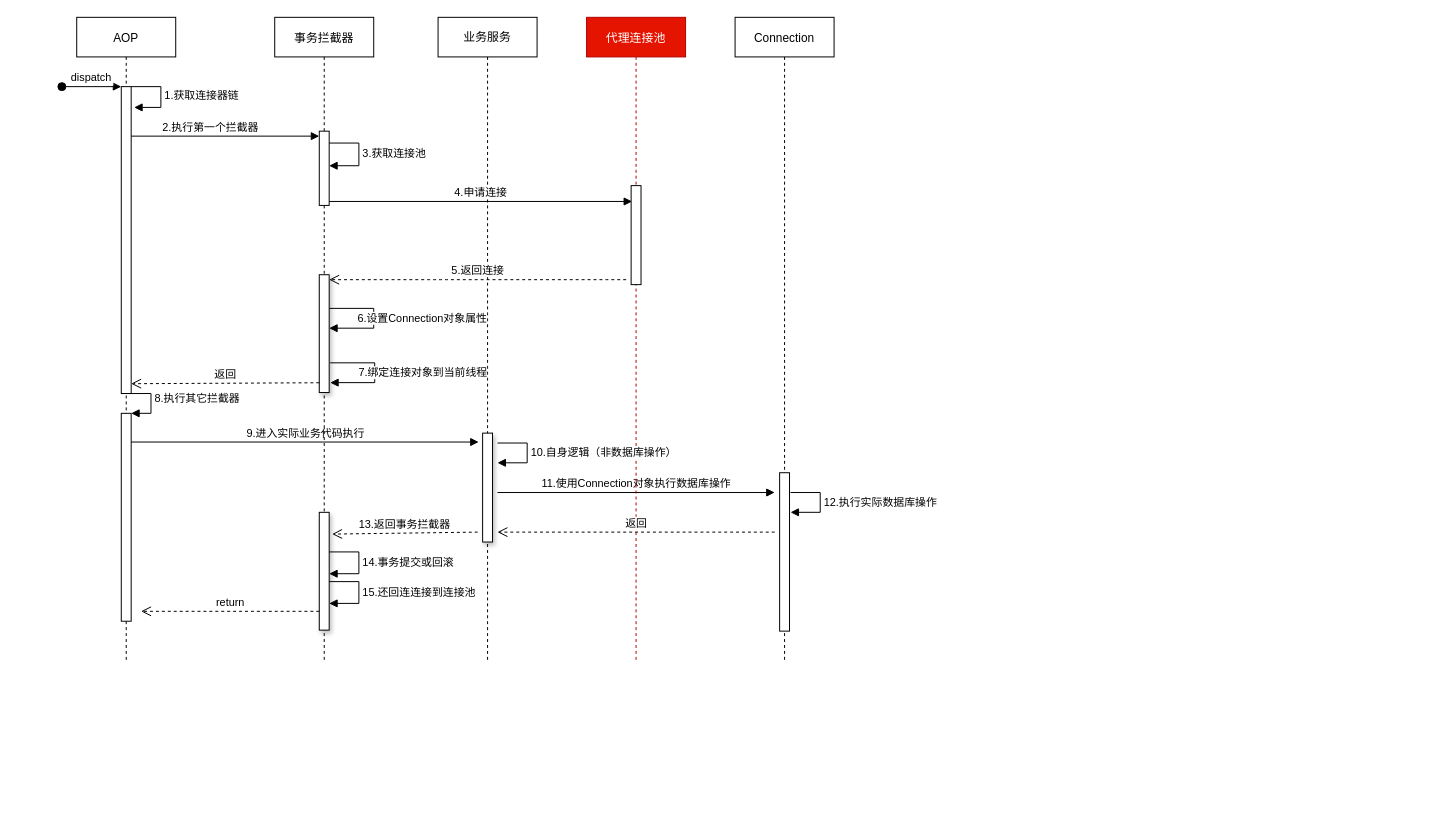
Above: page "改进流程" (3 of 3) of 分布式超时测试流程.drawio in qymmdj/jcf3-document (draw.io), before the change. Source tidied: cells renumbered, new cells numbered last; positions are measured from the earlier drawing's top-left corner, leaving out a move shared by most shapes. Both pictures are drawn from the tidied source at 99%, with x=0, y=0 at pixel (61, 17).
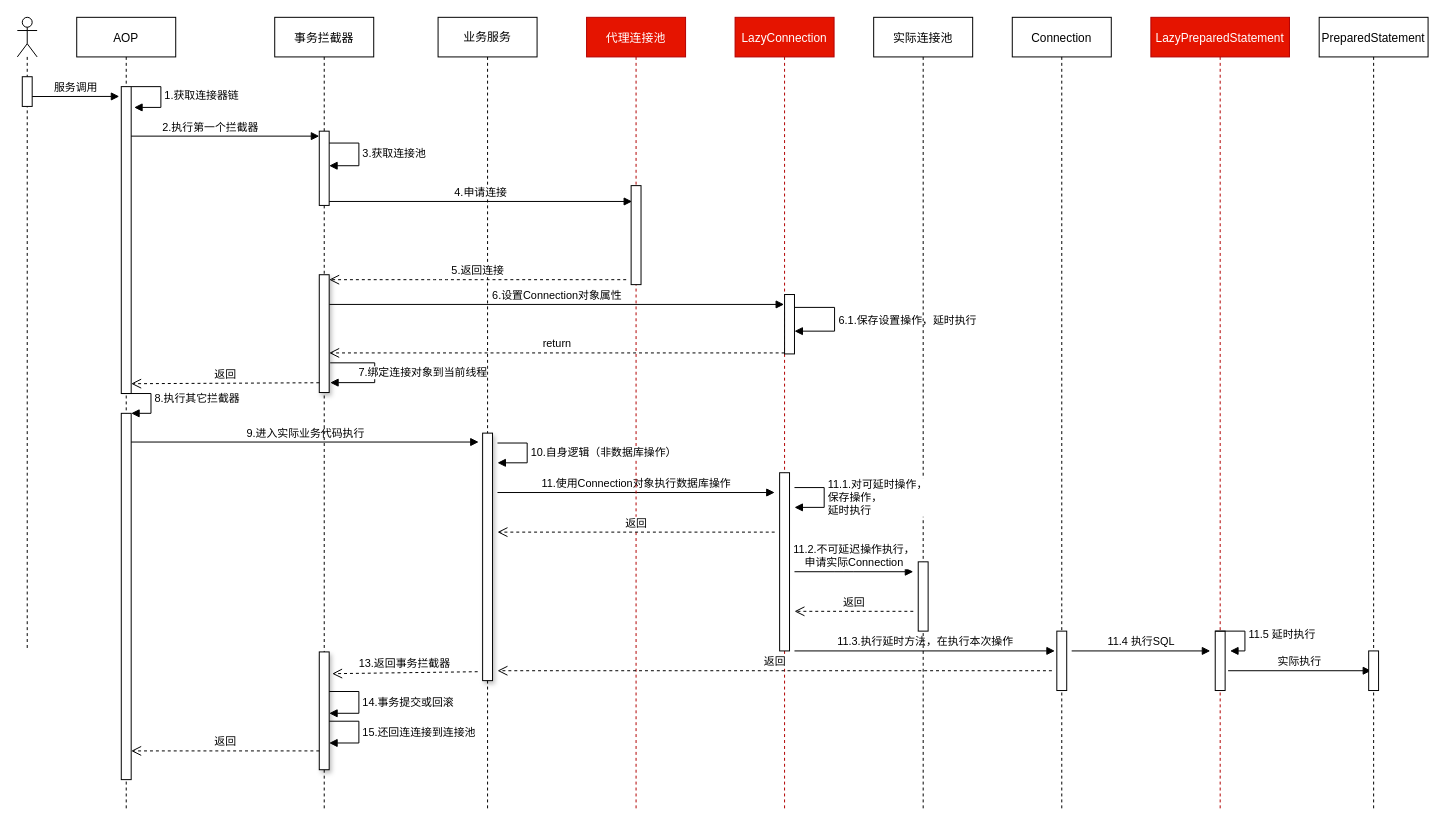
The same diagram, later.

Unchanged cells that the change refers to:
```xml
<mxCell id="6" style="points=[];perimeter=orthogonalPerimeter;rounded=0;shadow=0;strokeWidth=1;" parent="5" vertex="1">
  <mxGeometry x="45" y="70" width="10" height="310" as="geometry" />
</mxCell>
```

Diff of the diagram source:
```diff
@@
     <mxCell id="2" value="业务服务" style="shape=umlLifeline;perimeter=lifelinePerimeter;whiteSpace=wrap;html=1;shadow=0;" parent="1" vertex="1">
-      <mxGeometry x="380" width="100" height="650" as="geometry" />
+      <mxGeometry x="380" width="100" height="800" as="geometry" />
     </mxCell>
-    <mxCell id="3" style="html=1;perimeter=orthogonalPerimeter;shadow=1;" parent="2" vertex="1">
-      <mxGeometry x="45" y="420" width="10" height="110" as="geometry" />
-    </mxCell>
+    <mxCell id="34" style="html=1;perimeter=orthogonalPerimeter;shadow=1;" parent="2" vertex="1">
+      <mxGeometry x="45" y="420" width="10" height="250" as="geometry" />
+    </mxCell>
@@
     <mxCell id="5" value="AOP" style="shape=umlLifeline;perimeter=lifelinePerimeter;rounded=0;shadow=0;strokeWidth=1;" parent="1" vertex="1">
-      <mxGeometry x="15" width="100" height="650" as="geometry" />
+      <mxGeometry x="15" width="100" height="800" as="geometry" />
     </mxCell>
@@
-    <mxCell id="7" value="dispatch" style="verticalAlign=bottom;startArrow=oval;endArrow=block;startSize=8;shadow=0;strokeWidth=1;" parent="5" edge="1" target="6">
-      <mxGeometry relative="1" as="geometry">
-        <mxPoint x="-15" y="70" as="sourcePoint" />
-      </mxGeometry>
-    </mxCell>
@@
-    <mxCell id="9" style="html=1;points=[];perimeter=orthogonalPerimeter;shadow=0;" parent="5" vertex="1">
-      <mxGeometry x="45" y="400" width="10" height="210" as="geometry" />
-    </mxCell>
+    <mxCell id="35" style="html=1;points=[];perimeter=orthogonalPerimeter;shadow=0;" parent="5" vertex="1">
+      <mxGeometry x="45" y="400" width="10" height="370" as="geometry" />
+    </mxCell>
-    <mxCell id="10" value="8.执行其它拦截器" style="edgeStyle=orthogonalEdgeStyle;html=1;align=left;spacingLeft=2;endArrow=block;rounded=0;entryX=1;entryY=0;" parent="5" edge="1" target="9">
+    <mxCell id="10" value="8.执行其它拦截器" style="edgeStyle=orthogonalEdgeStyle;html=1;align=left;spacingLeft=2;endArrow=block;rounded=0;entryX=1;entryY=0;" parent="5" edge="1" target="35">
       <mxGeometry relative="1" as="geometry">
         <mxPoint x="45" y="380" as="sourcePoint" />
         <Array as="points">
           <mxPoint x="75" y="380" />
         </Array>
       </mxGeometry>
     </mxCell>
-    <mxCell id="11" value="9.进入实际业务代码执行" style="html=1;verticalAlign=bottom;endArrow=block;" parent="5" edge="1" source="9">
+    <mxCell id="11" value="9.进入实际业务代码执行" style="html=1;verticalAlign=bottom;endArrow=block;" parent="5" edge="1" source="35">
       <mxGeometry relative="1" as="geometry">
         <mxPoint x="406" y="429" as="targetPoint" />
       </mxGeometry>
     </mxCell>
     <mxCell id="12" value="事务拦截器" style="shape=umlLifeline;perimeter=lifelinePerimeter;rounded=0;shadow=0;strokeWidth=1;" parent="1" vertex="1">
-      <mxGeometry x="215" width="100" height="650" as="geometry" />
+      <mxGeometry x="215" width="100" height="800" as="geometry" />
     </mxCell>
@@
+    <mxCell id="20" value="&lt;span style=&quot;text-align: left&quot;&gt;6.设置Connection对象属性&lt;/span&gt;" style="html=1;verticalAlign=bottom;endArrow=block;" parent="12" edge="1" target="36">
+      <mxGeometry relative="1" as="geometry">
+        <mxPoint x="55" y="290" as="sourcePoint" />
+      </mxGeometry>
+    </mxCell>
     <mxCell id="15" value="代理连接池" style="shape=umlLifeline;perimeter=lifelinePerimeter;rounded=0;shadow=0;strokeWidth=1;fillColor=#e51400;strokeColor=#B20000;fontColor=#ffffff;" parent="1" vertex="1">
-      <mxGeometry x="530" width="100" height="650" as="geometry" />
+      <mxGeometry x="530" width="100" height="800" as="geometry" />
     </mxCell>
@@
-    <mxCell id="17" value="Connection" style="shape=umlLifeline;perimeter=lifelinePerimeter;rounded=0;shadow=0;strokeWidth=1;" parent="1" vertex="1">
-      <mxGeometry x="680" width="100" height="650" as="geometry" />
-    </mxCell>
-    <mxCell id="18" style="perimeter=orthogonalPerimeter;rounded=0;shadow=0;strokeWidth=1;" parent="17" vertex="1">
-      <mxGeometry x="45" y="460" width="10" height="160" as="geometry" />
-    </mxCell>
+    <mxCell id="36" value="LazyConnection" style="shape=umlLifeline;perimeter=lifelinePerimeter;rounded=0;shadow=0;strokeWidth=1;fillColor=#e51400;strokeColor=#B20000;fontColor=#ffffff;" parent="1" vertex="1">
+      <mxGeometry x="680" width="100" height="800" as="geometry" />
+    </mxCell>
+    <mxCell id="37" style="perimeter=orthogonalPerimeter;rounded=0;shadow=0;strokeWidth=1;" parent="36" vertex="1">
+      <mxGeometry x="45" y="460" width="10" height="180" as="geometry" />
+    </mxCell>
+    <mxCell id="38" value="11.2.不可延迟操作执行，&lt;br&gt;申请实际Connection" style="html=1;verticalAlign=bottom;endArrow=block;" parent="36" edge="1">
+      <mxGeometry relative="1" as="geometry">
+        <mxPoint x="60" y="560" as="sourcePoint" />
+        <mxPoint x="180" y="560" as="targetPoint" />
+        <Array as="points">
+          <mxPoint x="110" y="560" />
+        </Array>
+      </mxGeometry>
+    </mxCell>
+    <mxCell id="39" value="&lt;span style=&quot;text-align: left&quot;&gt;11.3.执行延时方法，在执行本次操作&lt;/span&gt;" style="html=1;verticalAlign=bottom;endArrow=block;entryX=-0.2;entryY=0.333;entryDx=0;entryDy=0;entryPerimeter=0;" parent="36" edge="1" target="46">
+      <mxGeometry relative="1" as="geometry">
+        <mxPoint x="60" y="640" as="sourcePoint" />
+      </mxGeometry>
+    </mxCell>
@@
-    <mxCell id="20" value="6.设置Connection对象属性" style="edgeStyle=orthogonalEdgeStyle;html=1;align=left;spacingLeft=2;endArrow=block;rounded=0;entryX=1;entryY=0;" parent="1" edge="1">
-      <mxGeometry x="0.55" y="-10" relative="1" as="geometry">
-        <mxPoint x="270" y="294" as="sourcePoint" />
-        <mxPoint x="270" y="314" as="targetPoint" />
-        <Array as="points">
-          <mxPoint x="315" y="294" />
-          <mxPoint x="315" y="314" />
-        </Array>
-      </mxGeometry>
-    </mxCell>
@@
-    <mxCell id="26" value="12.执行实际数据库操作" style="edgeStyle=orthogonalEdgeStyle;html=1;align=left;spacingLeft=2;endArrow=block;rounded=0;" parent="1" edge="1">
-      <mxGeometry relative="1" as="geometry">
-        <mxPoint x="736" y="480" as="sourcePoint" />
-        <mxPoint x="736" y="500" as="targetPoint" />
-        <Array as="points">
-          <mxPoint x="766" y="480" />
-        </Array>
-      </mxGeometry>
-    </mxCell>
@@
-    <mxCell id="28" value="返回" style="html=1;verticalAlign=bottom;endArrow=open;dashed=1;endSize=8;" parent="1" edge="1">
-      <mxGeometry relative="1" as="geometry">
-        <mxPoint x="720" y="520" as="sourcePoint" />
-        <mxPoint x="440" y="520" as="targetPoint" />
-      </mxGeometry>
-    </mxCell>
-    <mxCell id="29" style="html=1;perimeter=orthogonalPerimeter;shadow=1;" parent="1" vertex="1">
-      <mxGeometry x="260" y="500" width="10" height="119" as="geometry" />
-    </mxCell>
+    <mxCell id="40" value="返回" style="html=1;verticalAlign=bottom;endArrow=open;dashed=1;endSize=8;" parent="1" edge="1">
+      <mxGeometry relative="1" as="geometry">
+        <mxPoint x="720" y="520" as="sourcePoint" />
+        <mxPoint x="440" y="520" as="targetPoint" />
+      </mxGeometry>
+    </mxCell>
+    <mxCell id="41" style="html=1;perimeter=orthogonalPerimeter;shadow=1;" parent="1" vertex="1">
+      <mxGeometry x="260" y="641" width="10" height="119" as="geometry" />
+    </mxCell>
     <mxCell id="30" value="14.事务提交或回滚" style="edgeStyle=orthogonalEdgeStyle;html=1;align=left;spacingLeft=2;endArrow=block;rounded=0;" parent="1" edge="1">
       <mxGeometry relative="1" as="geometry">
-        <mxPoint x="270" y="540" as="sourcePoint" />
-        <mxPoint x="270" y="562" as="targetPoint" />
+        <mxPoint x="270" y="681" as="sourcePoint" />
+        <mxPoint x="270" y="703" as="targetPoint" />
         <Array as="points">
-          <mxPoint x="300" y="540" />
-          <mxPoint x="300" y="562" />
+          <mxPoint x="300" y="681" />
+          <mxPoint x="300" y="703" />
         </Array>
       </mxGeometry>
     </mxCell>
     <mxCell id="31" value="13.返回事务拦截器" style="html=1;verticalAlign=bottom;endArrow=open;dashed=1;endSize=8;" parent="1" edge="1">
       <mxGeometry relative="1" as="geometry">
-        <mxPoint x="420" y="520" as="sourcePoint" />
-        <mxPoint x="273" y="522" as="targetPoint" />
+        <mxPoint x="420" y="661" as="sourcePoint" />
+        <mxPoint x="273" y="663" as="targetPoint" />
       </mxGeometry>
     </mxCell>
     <mxCell id="32" value="15.还回连连接到连接池" style="edgeStyle=orthogonalEdgeStyle;html=1;align=left;spacingLeft=2;endArrow=block;rounded=0;" parent="1" edge="1">
       <mxGeometry relative="1" as="geometry">
-        <mxPoint x="270" y="570" as="sourcePoint" />
-        <mxPoint x="270" y="592" as="targetPoint" />
+        <mxPoint x="270" y="711" as="sourcePoint" />
+        <mxPoint x="270" y="733" as="targetPoint" />
         <Array as="points">
-          <mxPoint x="300" y="570" />
-          <mxPoint x="300" y="592" />
+          <mxPoint x="300" y="711" />
+          <mxPoint x="300" y="733" />
         </Array>
       </mxGeometry>
     </mxCell>
+    <mxCell id="42" value="返回" style="html=1;verticalAlign=bottom;endArrow=open;dashed=1;endSize=8;" parent="1" edge="1">
+      <mxGeometry relative="1" as="geometry">
+        <mxPoint x="260" y="741" as="sourcePoint" />
+        <mxPoint x="70" y="741" as="targetPoint" />
+      </mxGeometry>
+    </mxCell>
+    <mxCell id="43" value="6.1.保存设置操作，延时执行" style="edgeStyle=orthogonalEdgeStyle;html=1;align=left;spacingLeft=2;endArrow=block;rounded=0;startArrow=none;" parent="1" edge="1">
+      <mxGeometry relative="1" as="geometry">
+        <mxPoint x="740" y="293" as="sourcePoint" />
+        <mxPoint x="740" y="317" as="targetPoint" />
+        <Array as="points">
+          <mxPoint x="780.5" y="293" />
+          <mxPoint x="780.5" y="317" />
+        </Array>
+      </mxGeometry>
+    </mxCell>
+    <mxCell id="44" value="实际连接池" style="shape=umlLifeline;perimeter=lifelinePerimeter;rounded=0;shadow=0;strokeWidth=1;" parent="1" vertex="1">
+      <mxGeometry x="820" width="100" height="800" as="geometry" />
+    </mxCell>
+    <mxCell id="45" style="perimeter=orthogonalPerimeter;rounded=0;shadow=0;strokeWidth=1;" parent="44" vertex="1">
+      <mxGeometry x="45" y="550" width="10" height="70" as="geometry" />
+    </mxCell>
+    <mxCell id="17" value="Connection" style="shape=umlLifeline;perimeter=lifelinePerimeter;rounded=0;shadow=0;strokeWidth=1;" parent="1" vertex="1">
+      <mxGeometry x="960" width="100" height="800" as="geometry" />
+    </mxCell>
+    <mxCell id="46" style="points=[];perimeter=orthogonalPerimeter;rounded=0;shadow=0;strokeWidth=1;" parent="17" vertex="1">
+      <mxGeometry x="45" y="620" width="10" height="60" as="geometry" />
+    </mxCell>
+    <mxCell id="47" value="11.4 执行SQL" style="html=1;verticalAlign=bottom;endArrow=block;" parent="17" edge="1">
+      <mxGeometry relative="1" as="geometry">
+        <mxPoint x="60" y="640" as="sourcePoint" />
+        <mxPoint x="200" y="640" as="targetPoint" />
+      </mxGeometry>
+    </mxCell>
+    <mxCell id="48" style="html=1;perimeter=orthogonalPerimeter;shadow=0;" parent="1" vertex="1">
+      <mxGeometry x="730" y="280" width="10" height="60" as="geometry" />
+    </mxCell>
+    <mxCell id="49" value="11.1.对可延时操作，&lt;br&gt;保存操作，&lt;br&gt;延时执行" style="edgeStyle=orthogonalEdgeStyle;html=1;align=left;spacingLeft=2;endArrow=block;rounded=0;" parent="1" edge="1">
+      <mxGeometry relative="1" as="geometry">
+        <mxPoint x="740" y="475" as="sourcePoint" />
+        <mxPoint x="740" y="495" as="targetPoint" />
+        <Array as="points">
+          <mxPoint x="770" y="475" />
+        </Array>
+      </mxGeometry>
+    </mxCell>
+    <mxCell id="50" value="返回" style="html=1;verticalAlign=bottom;endArrow=open;dashed=1;endSize=8;" parent="1" edge="1">
+      <mxGeometry relative="1" as="geometry">
+        <mxPoint x="860" y="600" as="sourcePoint" />
+        <mxPoint x="740" y="600" as="targetPoint" />
+      </mxGeometry>
+    </mxCell>
-    <mxCell id="33" value="return" style="html=1;verticalAlign=bottom;endArrow=open;dashed=1;endSize=8;" parent="1" edge="1">
+    <mxCell id="33" value="return" style="html=1;verticalAlign=bottom;endArrow=open;dashed=1;endSize=8;entryX=1;entryY=0.84;entryDx=0;entryDy=0;entryPerimeter=0;" parent="1" edge="1">
       <mxGeometry relative="1" as="geometry">
-        <mxPoint x="260" y="600" as="sourcePoint" />
-        <mxPoint x="80" y="600" as="targetPoint" />
+        <mxPoint x="730" y="339" as="sourcePoint" />
+        <mxPoint x="270" y="339" as="targetPoint" />
+        <Array as="points">
+          <mxPoint x="550" y="339" />
+          <mxPoint x="460" y="339" />
+        </Array>
       </mxGeometry>
     </mxCell>
+    <mxCell id="51" value="返回" style="html=1;verticalAlign=bottom;endArrow=open;dashed=1;endSize=8;" parent="1" edge="1">
+      <mxGeometry relative="1" as="geometry">
+        <mxPoint x="1000" y="660" as="sourcePoint" />
+        <mxPoint x="440" y="660" as="targetPoint" />
+      </mxGeometry>
+    </mxCell>
+    <mxCell id="52" value="LazyPreparedStatement" style="shape=umlLifeline;perimeter=lifelinePerimeter;rounded=0;shadow=0;strokeWidth=1;fillColor=#e51400;strokeColor=#B20000;fontColor=#ffffff;" parent="1" vertex="1">
+      <mxGeometry x="1100" width="140" height="800" as="geometry" />
+    </mxCell>
+    <mxCell id="53" style="perimeter=orthogonalPerimeter;rounded=0;shadow=0;strokeWidth=1;" parent="52" vertex="1">
+      <mxGeometry x="65" y="620" width="10" height="60" as="geometry" />
+    </mxCell>
+    <mxCell id="54" value="11.5 延时执行" style="edgeStyle=orthogonalEdgeStyle;html=1;align=left;spacingLeft=2;endArrow=block;rounded=0;" parent="52" edge="1">
+      <mxGeometry relative="1" as="geometry">
+        <mxPoint x="65" y="620" as="sourcePoint" />
+        <mxPoint x="80" y="640" as="targetPoint" />
+        <Array as="points">
+          <mxPoint x="95" y="620" />
+        </Array>
+      </mxGeometry>
+    </mxCell>
+    <mxCell id="55" value="实际执行" style="html=1;verticalAlign=bottom;endArrow=block;" parent="52" edge="1">
+      <mxGeometry relative="1" as="geometry">
+        <mxPoint x="78" y="660" as="sourcePoint" />
+        <mxPoint x="222.5" y="660" as="targetPoint" />
+      </mxGeometry>
+    </mxCell>
+    <mxCell id="56" value="PreparedStatement" style="shape=umlLifeline;perimeter=lifelinePerimeter;rounded=0;shadow=0;strokeWidth=1;" parent="1" vertex="1">
+      <mxGeometry x="1270" width="110" height="800" as="geometry" />
+    </mxCell>
+    <mxCell id="57" style="perimeter=orthogonalPerimeter;rounded=0;shadow=0;strokeWidth=1;" parent="56" vertex="1">
+      <mxGeometry x="50" y="640" width="10" height="40" as="geometry" />
+    </mxCell>
+    <mxCell id="58" style="shape=umlLifeline;participant=umlActor;perimeter=lifelinePerimeter;whiteSpace=wrap;html=1;verticalAlign=top;spacingTop=36;shadow=0;" parent="1" vertex="1">
+      <mxGeometry x="-45" width="20" height="640" as="geometry" />
+    </mxCell>
+    <mxCell id="59" style="html=1;perimeter=orthogonalPerimeter;shadow=0;" parent="58" vertex="1">
+      <mxGeometry x="5" y="60" width="10" height="30" as="geometry" />
+    </mxCell>
+    <mxCell id="60" value="服务调用" style="html=1;verticalAlign=bottom;endArrow=block;entryX=-0.2;entryY=0.032;entryDx=0;entryDy=0;entryPerimeter=0;" parent="1" edge="1">
+      <mxGeometry relative="1" as="geometry">
+        <mxPoint x="-30" y="80" as="sourcePoint" />
+        <mxPoint x="58" y="79.9" as="targetPoint" />
+      </mxGeometry>
+    </mxCell>
```
